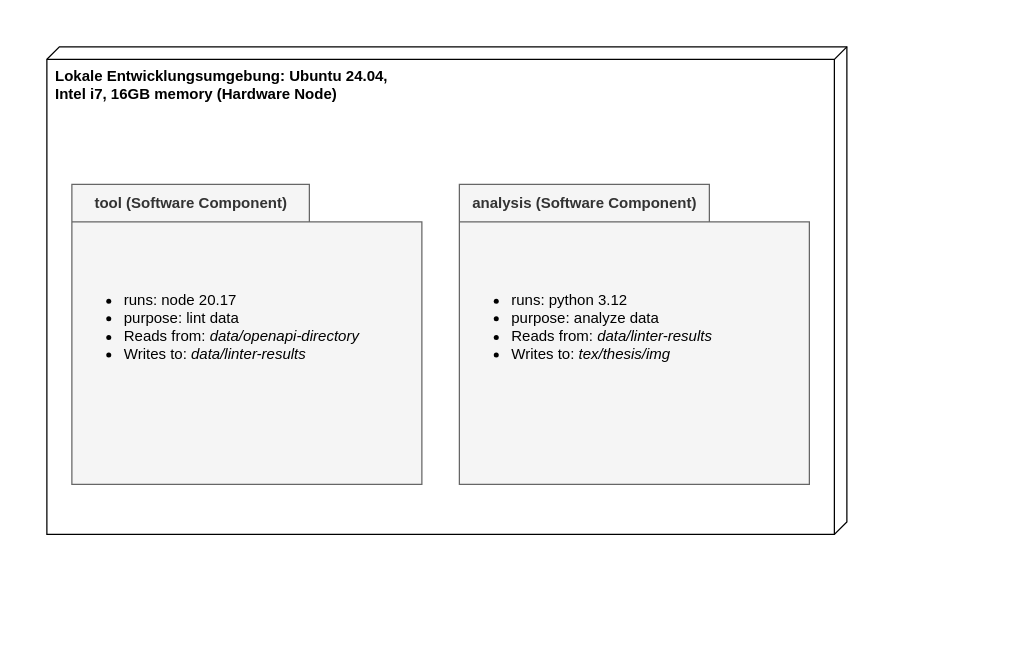
Before: requirements/diagram/deploymentview.drawio in paulbrenker/thesis, a draw.io diagram. Source tidied: cells renumbered, new cells numbered last; positions are measured from the earlier drawing's top-left corner, leaving out a move shared by most shapes. Both pictures are drawn from the tidied source at 125%, with x=0, y=0 at pixel (46, 46).
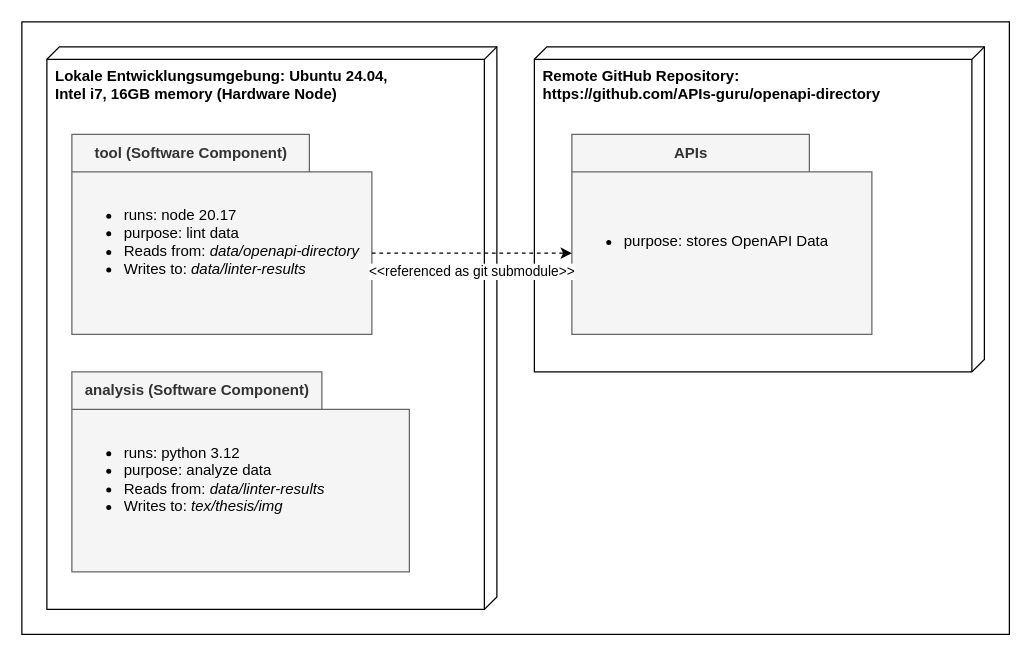
Above is the later version.

Change to the diagram source:
```diff
@@
 <mxGraphModel>
   <root>
     <mxCell id="0" />
     <mxCell id="1" parent="0" />
+    <mxCell id="7" style="rounded=0;whiteSpace=wrap;html=1;" parent="1" vertex="1">
+      <mxGeometry x="-20" y="-20" width="790" height="490" as="geometry" />
+    </mxCell>
     <mxCell id="2" value="&lt;b&gt;Lokale Entwicklungsumgebung: Ubuntu 24.04,&amp;nbsp;&lt;br&gt;Intel i7, 16GB memory (Hardware Node)&lt;/b&gt;" style="verticalAlign=top;align=left;shape=cube;size=10;direction=south;fontStyle=0;html=1;boundedLbl=1;spacingLeft=5;" parent="1" vertex="1">
-      <mxGeometry width="640" height="390" as="geometry" />
+      <mxGeometry width="360" height="450" as="geometry" />
     </mxCell>
     <mxCell id="3" value="tool (Software Component)" style="shape=folder;fontStyle=1;tabWidth=190;tabHeight=30;tabPosition=left;html=1;boundedLbl=1;labelInHeader=1;fillColor=#f5f5f5;fontColor=#333333;strokeColor=#666666;" parent="1" vertex="1">
-      <mxGeometry x="20" y="110" width="280" height="240" as="geometry" />
+      <mxGeometry x="20" y="70" width="240" height="160" as="geometry" />
     </mxCell>
     <mxCell id="4" value="&lt;ul&gt;&lt;li&gt;runs: node 20.17&lt;/li&gt;&lt;li&gt;purpose: lint data&lt;i&gt;&lt;br&gt;&lt;/i&gt;&lt;/li&gt;&lt;li&gt;Reads from:&amp;nbsp;&lt;i&gt;data/openapi-directory&lt;/i&gt;&lt;/li&gt;&lt;li&gt;Writes to:&amp;nbsp;&lt;i&gt;data/linter-results&lt;/i&gt;&lt;/li&gt;&lt;/ul&gt;" style="html=1;strokeColor=none;fillColor=none;align=left;" parent="3" vertex="1">
-      <mxGeometry width="280" height="168" relative="1" as="geometry">
+      <mxGeometry width="240" height="112" relative="1" as="geometry">
         <mxPoint y="30" as="offset" />
       </mxGeometry>
     </mxCell>
     <mxCell id="5" value="analysis (Software Component)" style="shape=folder;fontStyle=1;tabWidth=200;tabHeight=30;tabPosition=left;html=1;boundedLbl=1;labelInHeader=1;fillColor=#f5f5f5;fontColor=#333333;strokeColor=#666666;" parent="1" vertex="1">
-      <mxGeometry x="330" y="110" width="280" height="240" as="geometry" />
+      <mxGeometry x="20" y="260" width="270" height="160" as="geometry" />
     </mxCell>
     <mxCell id="6" value="&lt;ul&gt;&lt;li&gt;runs: python 3.12&lt;/li&gt;&lt;li&gt;purpose: analyze data&lt;/li&gt;&lt;li&gt;Reads from: &lt;i&gt;data/linter-results&lt;/i&gt;&lt;/li&gt;&lt;li&gt;Writes to: &lt;i&gt;tex/thesis/img&lt;/i&gt;&lt;/li&gt;&lt;/ul&gt;" style="html=1;strokeColor=none;fillColor=none;align=left;" parent="5" vertex="1">
-      <mxGeometry width="280" height="168" relative="1" as="geometry">
+      <mxGeometry width="270" height="112" relative="1" as="geometry">
         <mxPoint y="30" as="offset" />
       </mxGeometry>
     </mxCell>
+    <mxCell id="8" value="&lt;b&gt;Remote GitHub Repository:&amp;nbsp;&lt;br&gt;https://github.com/APIs-guru/openapi-directory&lt;/b&gt;" style="verticalAlign=top;align=left;shape=cube;size=10;direction=south;fontStyle=0;html=1;boundedLbl=1;spacingLeft=5;" parent="1" vertex="1">
+      <mxGeometry x="390" width="360" height="260" as="geometry" />
+    </mxCell>
+    <mxCell id="9" value="APIs" style="shape=folder;fontStyle=1;tabWidth=190;tabHeight=30;tabPosition=left;html=1;boundedLbl=1;labelInHeader=1;fillColor=#f5f5f5;fontColor=#333333;strokeColor=#666666;" parent="1" vertex="1">
+      <mxGeometry x="420" y="70" width="240" height="160" as="geometry" />
+    </mxCell>
+    <mxCell id="10" value="&lt;ul&gt;&lt;li&gt;&lt;span style=&quot;background-color: initial;&quot;&gt;purpose: stores OpenAPI Data&lt;/span&gt;&lt;/li&gt;&lt;/ul&gt;" style="html=1;strokeColor=none;fillColor=none;align=left;" parent="9" vertex="1">
+      <mxGeometry width="240" height="112" relative="1" as="geometry">
+        <mxPoint y="30" as="offset" />
+      </mxGeometry>
+    </mxCell>
+    <mxCell id="11" value="&amp;lt;&amp;lt;referenced as git submodule&amp;gt;&amp;gt;" style="endArrow=classic;html=1;exitX=0;exitY=0;exitDx=240.00000000000003;exitDy=95;exitPerimeter=0;entryX=0;entryY=0;entryDx=0;entryDy=95;entryPerimeter=0;dashed=1;" parent="1" edge="1" source="3" target="9">
+      <mxGeometry y="-15" relative="1" as="geometry" />
+    </mxCell>
   </root>
 </mxGraphModel>
```
